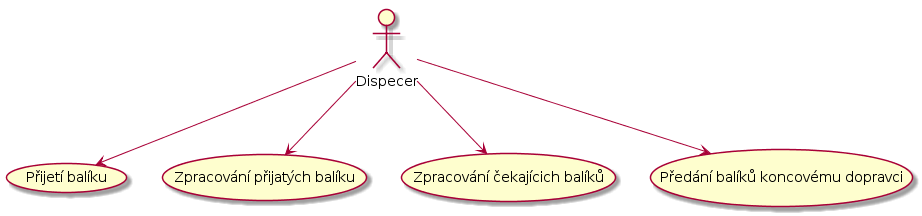
Internet-Handel/postman keeps this PlantUML diagram as docs/diagrams/out/ucs-dispecer.png. Above is the earlier version. Source of this version:
```plantuml
@startuml
actor :Dispecer: as dispecer

(Přijetí balíku) as (accept_packages)
(Zpracování přijatých balíku) as (dispatch_packages)
(Zpracování čekajícich balíků) as (waiting_packages)
(Předání balíků koncovému dopravci) as (send_packages)

dispecer --> (accept_packages)
dispecer --> (dispatch_packages)
dispecer --> (waiting_packages)
dispecer --> (send_packages)
@enduml
```
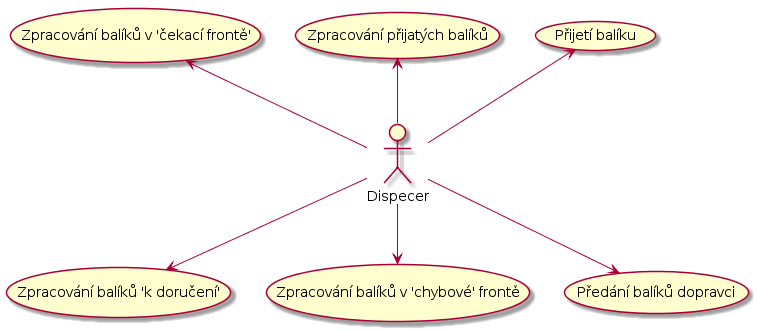
Above is the later version.

What changed in the source:
```diff
@@ -2,12 +2,16 @@
 actor :Dispecer: as dispecer
 
 (Přijetí balíku) as (accept_packages)
-(Zpracování přijatých balíku) as (dispatch_packages)
-(Zpracování čekajícich balíků) as (waiting_packages)
-(Předání balíků koncovému dopravci) as (send_packages)
+(Zpracování přijatých balíků) as (dispatch_packages)
+(Zpracování balíků v 'čekací frontě') as (waiting_packages)
+(Zpracování balíků 'k doručení') as (todelivery_packages)
+(Zpracování balíků v 'chybové' frontě) as (error_packages)
+(Předání balíků dopravci) as (send_packages)
 
-dispecer --> (accept_packages)
-dispecer --> (dispatch_packages)
-dispecer --> (waiting_packages)
+dispecer -up-> (accept_packages)
+dispecer -up-> (dispatch_packages)
+dispecer -up-> (waiting_packages)
+dispecer --> (todelivery_packages)
+dispecer --> (error_packages)
 dispecer --> (send_packages)
 @enduml
```
